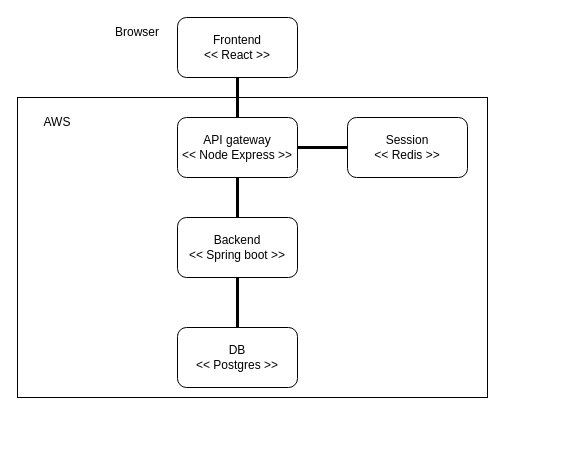
Above: docs/entity_diagram.drawio in espoon-voltti/luontotieto (draw.io), before the change. Source tidied: cells renumbered, new cells numbered last; positions are measured from the earlier drawing's top-left corner, leaving out a move shared by most shapes. Both pictures are drawn from the tidied source at 100%, with x=0, y=0 at pixel (17, 17).
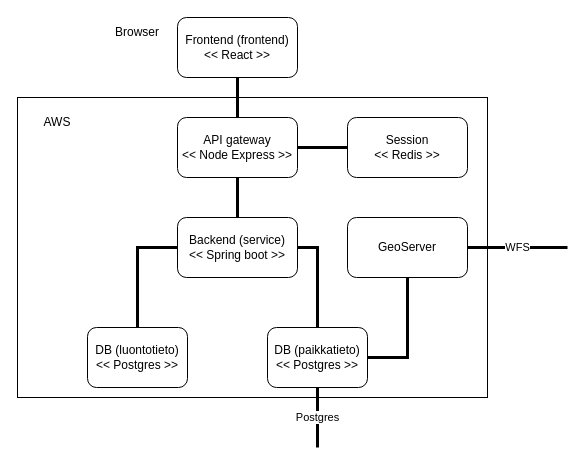
The same page after the edit.

What changed in the source:
```diff
@@
-    <mxCell id="3" value="Frontend&lt;br&gt;&amp;lt;&amp;lt; React &amp;gt;&amp;gt;" style="rounded=1;whiteSpace=wrap;html=1;" parent="1" vertex="1">
+    <mxCell id="3" value="Frontend (frontend)&lt;br&gt;&amp;lt;&amp;lt; React &amp;gt;&amp;gt;" style="rounded=1;whiteSpace=wrap;html=1;" parent="1" vertex="1">
       <mxGeometry x="160" width="120" height="60" as="geometry" />
     </mxCell>
-    <mxCell id="4" value="Backend &lt;br&gt;&amp;lt;&amp;lt; Spring boot &amp;gt;&amp;gt;" style="rounded=1;whiteSpace=wrap;html=1;" parent="1" vertex="1">
+    <mxCell id="4" value="Backend (service)&lt;br&gt;&amp;lt;&amp;lt; Spring boot &amp;gt;&amp;gt;" style="rounded=1;whiteSpace=wrap;html=1;" parent="1" vertex="1">
       <mxGeometry x="160" y="200" width="120" height="60" as="geometry" />
     </mxCell>
-    <mxCell id="5" value="DB&lt;br&gt;&amp;lt;&amp;lt; Postgres &amp;gt;&amp;gt;" style="rounded=1;whiteSpace=wrap;html=1;" parent="1" vertex="1">
-      <mxGeometry x="160" y="310" width="120" height="60" as="geometry" />
+    <mxCell id="5" value="DB (luontotieto)&lt;br&gt;&amp;lt;&amp;lt; Postgres &amp;gt;&amp;gt;" style="rounded=1;whiteSpace=wrap;html=1;" parent="1" vertex="1">
+      <mxGeometry x="70" y="310" width="100" height="60" as="geometry" />
     </mxCell>
@@
-    <mxCell id="9" style="endArrow=none;html=1;rounded=0;entryX=0.5;entryY=1;entryDx=0;entryDy=0;exitX=0.5;exitY=0;exitDx=0;exitDy=0;strokeWidth=3;" parent="1" edge="1" source="5" target="4">
-      <mxGeometry relative="1" as="geometry" />
+    <mxCell id="9" style="endArrow=none;html=1;rounded=0;entryX=0;entryY=0.5;entryDx=0;entryDy=0;exitX=0.5;exitY=0;exitDx=0;exitDy=0;strokeWidth=3;" parent="1" edge="1" source="5" target="4">
+      <mxGeometry relative="1" as="geometry">
+        <Array as="points">
+          <mxPoint x="120" y="230" />
+        </Array>
+      </mxGeometry>
     </mxCell>
@@
+    <mxCell id="14" value="DB (paikkatieto)&lt;br&gt;&amp;lt;&amp;lt; Postgres &amp;gt;&amp;gt;" style="rounded=1;whiteSpace=wrap;html=1;" parent="1" vertex="1">
+      <mxGeometry x="250" y="310" width="100" height="60" as="geometry" />
+    </mxCell>
+    <mxCell id="15" style="endArrow=none;html=1;rounded=0;entryX=1;entryY=0.5;entryDx=0;entryDy=0;exitX=0.5;exitY=0;exitDx=0;exitDy=0;strokeWidth=3;" parent="1" edge="1" source="14" target="4">
+      <mxGeometry relative="1" as="geometry">
+        <Array as="points">
+          <mxPoint x="300" y="230" />
+        </Array>
+      </mxGeometry>
+    </mxCell>
+    <mxCell id="16" value="GeoServer" style="rounded=1;whiteSpace=wrap;html=1;" parent="1" vertex="1">
+      <mxGeometry x="330" y="200" width="120" height="60" as="geometry" />
+    </mxCell>
+    <mxCell id="17" style="endArrow=none;html=1;rounded=0;entryX=0.5;entryY=1;entryDx=0;entryDy=0;exitX=1;exitY=0.5;exitDx=0;exitDy=0;strokeWidth=3;" parent="1" edge="1" source="14" target="16">
+      <mxGeometry relative="1" as="geometry">
+        <Array as="points">
+          <mxPoint x="390" y="340" />
+        </Array>
+      </mxGeometry>
+    </mxCell>
+    <mxCell id="18" value="WFS" style="html=1;rounded=0;endArrow=none;endFill=0;strokeWidth=3;exitX=1;exitY=0.5;exitDx=0;exitDy=0;jumpStyle=arc;spacingLeft=0;" parent="1" edge="1" source="16">
+      <mxGeometry relative="1" as="geometry">
+        <mxPoint x="550" y="230" as="targetPoint" />
+      </mxGeometry>
+    </mxCell>
+    <mxCell id="19" value="Postgres" style="html=1;rounded=0;endArrow=none;endFill=0;strokeWidth=3;exitX=0.5;exitY=1;exitDx=0;exitDy=0;jumpStyle=arc;spacingLeft=0;" parent="1" edge="1" source="14">
+      <mxGeometry relative="1" as="geometry">
+        <mxPoint x="300" y="430" as="targetPoint" />
+      </mxGeometry>
+    </mxCell>
```
